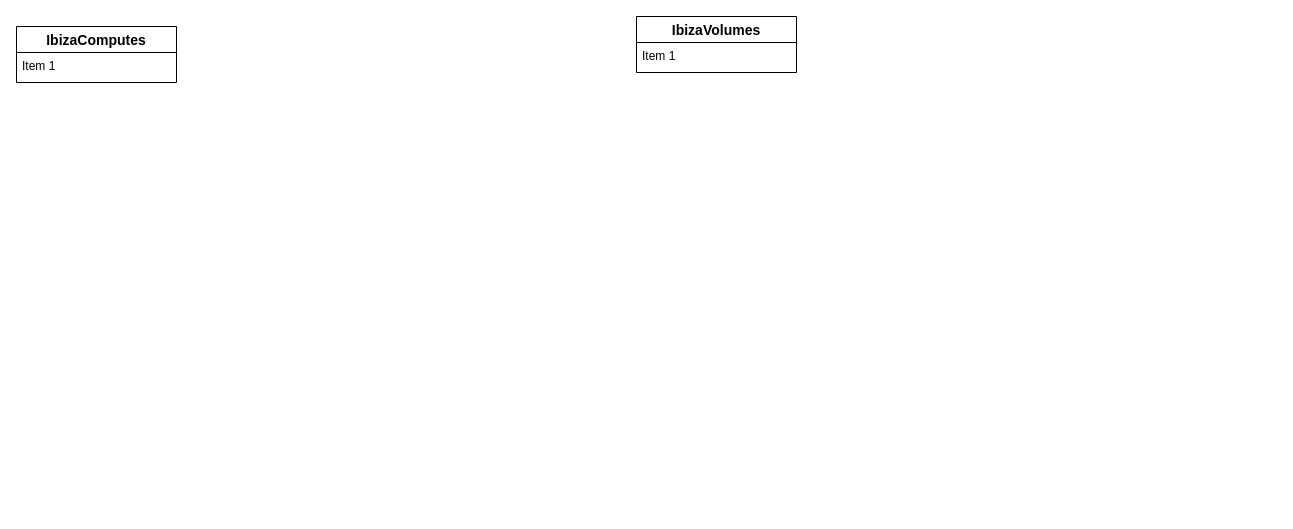
The draw.io diagram TimescaleDB.drawio in vovanduc/vovanduc.github.io, before the edit. Source tidied: cells renumbered, new cells numbered last; positions are measured from the earlier drawing's top-left corner, leaving out a move shared by most shapes. Both pictures are drawn from the tidied source at 100%, with x=0, y=0 at pixel (16, 16).
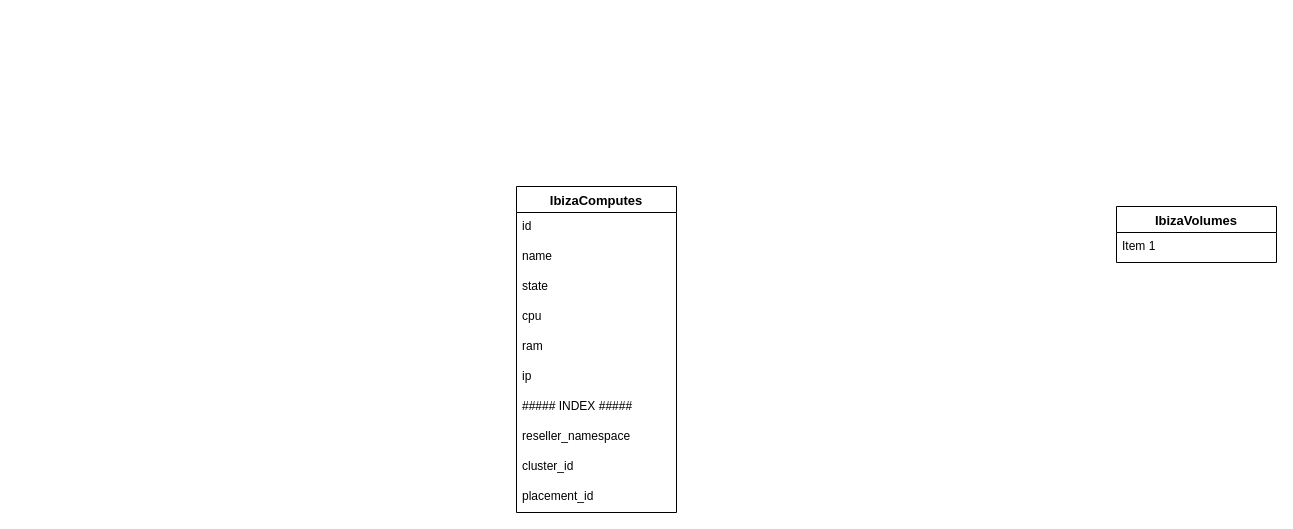
Above is the later version.

What changed in the source:
```diff
@@
 <mxGraphModel>
   <root>
     <mxCell id="0" />
     <mxCell id="1" parent="0" />
+    <mxCell id="4" value="IbizaVolumes" style="swimlane;fontStyle=1;horizontal=1;startSize=26;align=center;fontSize=13;" parent="1" vertex="1">
+      <mxGeometry x="1100" y="190" width="160" height="56" as="geometry" />
+    </mxCell>
+    <mxCell id="5" value="Item 1" style="text;strokeColor=none;fillColor=none;spacingLeft=4;spacingRight=4;overflow=hidden;fontSize=12;" parent="4" vertex="1">
+      <mxGeometry y="26" width="160" height="30" as="geometry" />
+    </mxCell>
-    <mxCell id="2" value="IbizaComputes" style="swimlane;fontStyle=1;horizontal=1;startSize=26;align=center;fontSize=14;" parent="1" vertex="1">
-      <mxGeometry y="10" width="160" height="56" as="geometry" />
+    <mxCell id="2" value="IbizaComputes" style="swimlane;fontStyle=1;horizontal=1;startSize=26;align=center;fontSize=13;" parent="1" vertex="1">
+      <mxGeometry x="500" y="170" width="160" height="326" as="geometry" />
     </mxCell>
-    <mxCell id="3" value="Item 1" style="text;strokeColor=none;fillColor=none;spacingLeft=4;spacingRight=4;overflow=hidden;fontSize=12;" parent="2" vertex="1">
+    <mxCell id="3" value="id" style="text;strokeColor=none;fillColor=none;spacingLeft=4;spacingRight=4;overflow=hidden;fontSize=12;" parent="2" vertex="1">
       <mxGeometry y="26" width="160" height="30" as="geometry" />
     </mxCell>
-    <mxCell id="4" value="IbizaVolumes" style="swimlane;fontStyle=1;horizontal=1;startSize=26;align=center;fontSize=14;" parent="1" vertex="1">
-      <mxGeometry x="620" width="160" height="56" as="geometry" />
-    </mxCell>
-    <mxCell id="5" value="Item 1" style="text;strokeColor=none;fillColor=none;spacingLeft=4;spacingRight=4;overflow=hidden;fontSize=12;" parent="4" vertex="1">
-      <mxGeometry y="26" width="160" height="30" as="geometry" />
-    </mxCell>
+    <mxCell id="6" value="name" style="text;strokeColor=none;fillColor=none;spacingLeft=4;spacingRight=4;overflow=hidden;fontSize=12;" parent="2" vertex="1">
+      <mxGeometry y="56" width="160" height="30" as="geometry" />
+    </mxCell>
+    <mxCell id="7" value="state" style="text;strokeColor=none;fillColor=none;spacingLeft=4;spacingRight=4;overflow=hidden;fontSize=12;" parent="2" vertex="1">
+      <mxGeometry y="86" width="160" height="30" as="geometry" />
+    </mxCell>
+    <mxCell id="8" value="cpu" style="text;strokeColor=none;fillColor=none;spacingLeft=4;spacingRight=4;overflow=hidden;fontSize=12;" parent="2" vertex="1">
+      <mxGeometry y="116" width="160" height="30" as="geometry" />
+    </mxCell>
+    <mxCell id="9" value="ram" style="text;strokeColor=none;fillColor=none;spacingLeft=4;spacingRight=4;overflow=hidden;fontSize=12;" parent="2" vertex="1">
+      <mxGeometry y="146" width="160" height="30" as="geometry" />
+    </mxCell>
+    <mxCell id="10" value="ip" style="text;strokeColor=none;fillColor=none;spacingLeft=4;spacingRight=4;overflow=hidden;fontSize=12;" parent="2" vertex="1">
+      <mxGeometry y="176" width="160" height="30" as="geometry" />
+    </mxCell>
+    <mxCell id="11" value="##### INDEX #####" style="text;strokeColor=none;fillColor=none;spacingLeft=4;spacingRight=4;overflow=hidden;fontSize=12;" parent="2" vertex="1">
+      <mxGeometry y="206" width="160" height="30" as="geometry" />
+    </mxCell>
+    <mxCell id="12" value="reseller_namespace" style="text;strokeColor=none;fillColor=none;spacingLeft=4;spacingRight=4;overflow=hidden;fontSize=12;" parent="2" vertex="1">
+      <mxGeometry y="236" width="160" height="30" as="geometry" />
+    </mxCell>
+    <mxCell id="13" value="cluster_id" style="text;strokeColor=none;fillColor=none;spacingLeft=4;spacingRight=4;overflow=hidden;fontSize=12;" parent="2" vertex="1">
+      <mxGeometry y="266" width="160" height="30" as="geometry" />
+    </mxCell>
+    <mxCell id="14" value="placement_id" style="text;strokeColor=none;fillColor=none;spacingLeft=4;spacingRight=4;overflow=hidden;fontSize=12;" parent="2" vertex="1">
+      <mxGeometry y="296" width="160" height="30" as="geometry" />
+    </mxCell>
   </root>
 </mxGraphModel>
```
